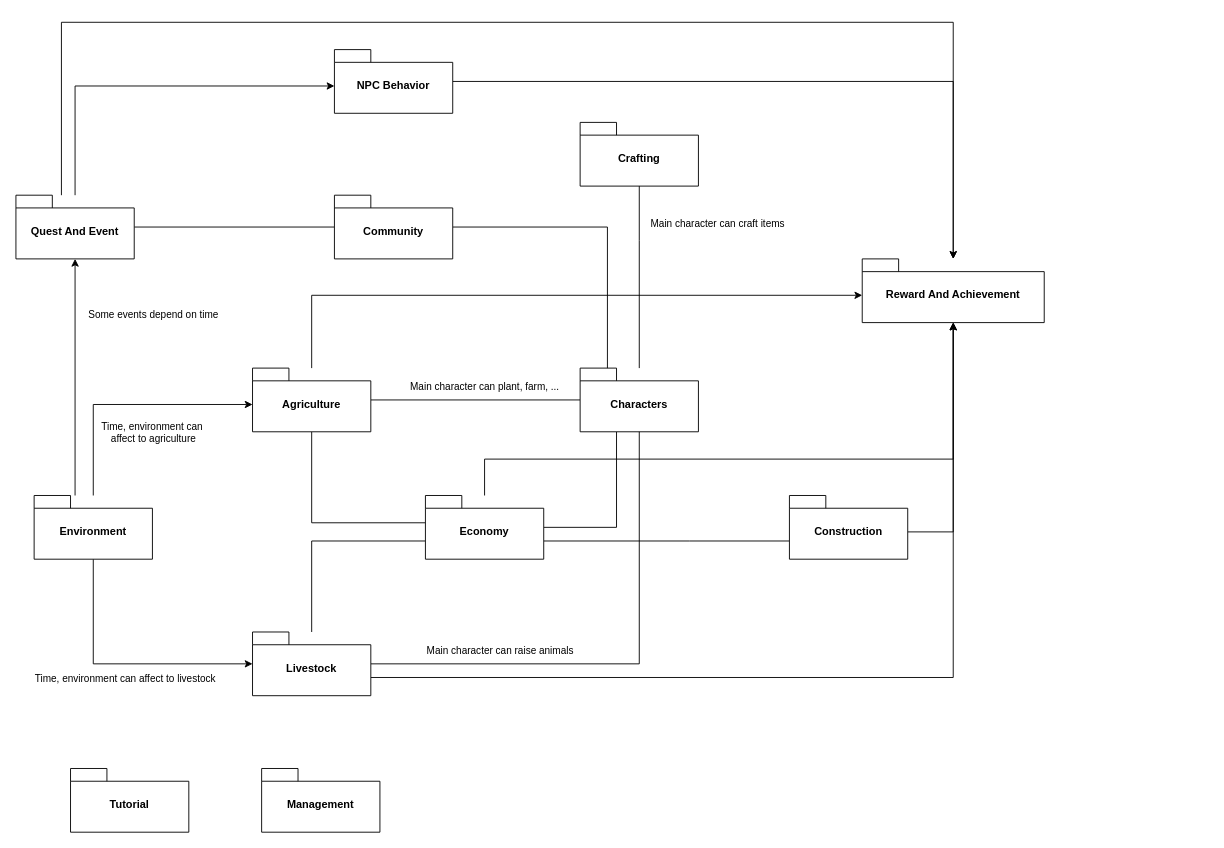
The draw.io diagram page "Packages" (1 of 4) of Document/Diagrams/sunny_field_classes.drawio in linhh563/sunny-fields, before the edit. Source tidied: cells renumbered, new cells numbered last; positions are measured from the earlier drawing's top-left corner, leaving out a move shared by most shapes. Both pictures are drawn from the tidied source at 91%, with x=0, y=0 at pixel (15, 22).
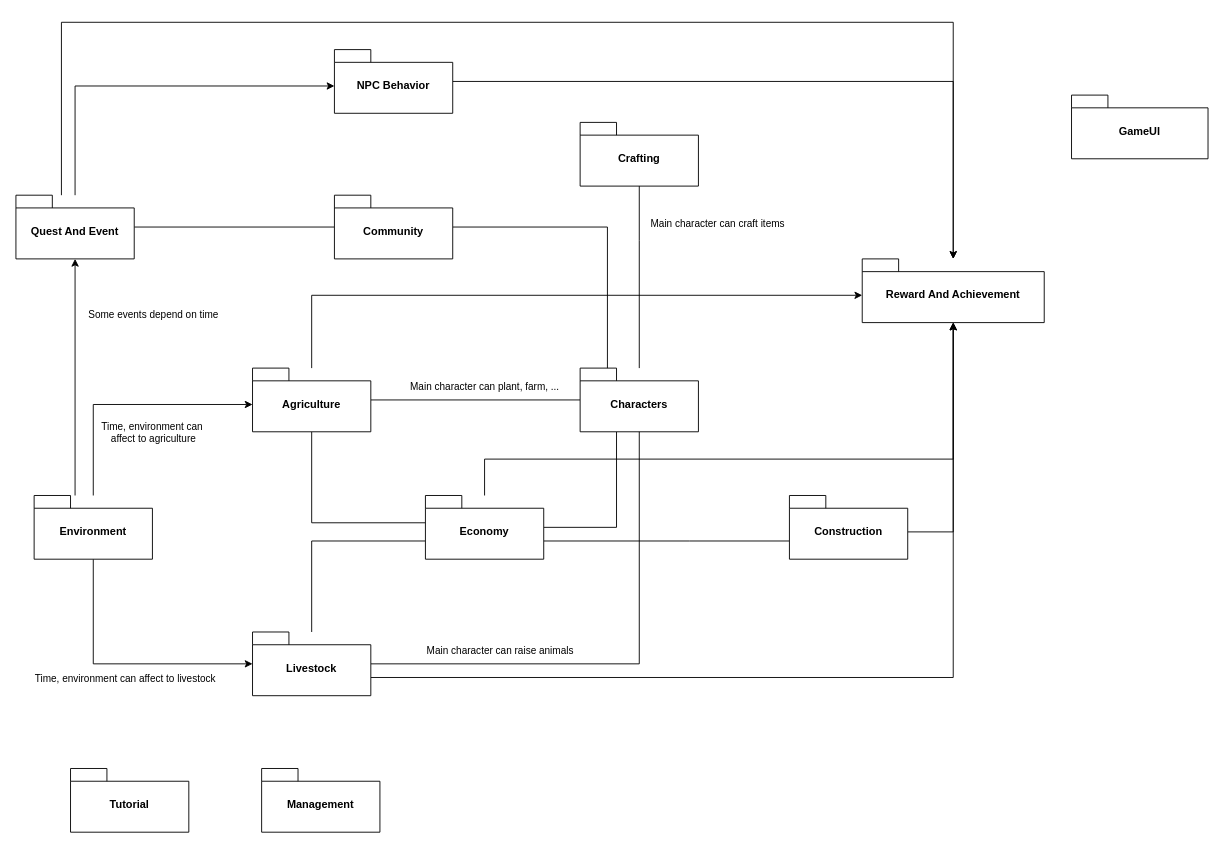
After the change.

Diff of the diagram source:
```diff
@@
+    <mxCell id="40" value="GameUI" style="shape=folder;fontStyle=1;spacingTop=10;tabWidth=40;tabHeight=14;tabPosition=left;html=1;whiteSpace=wrap;" parent="1" vertex="1">
+      <mxGeometry x="1160" y="80" width="150" height="70" as="geometry" />
+    </mxCell>
```
